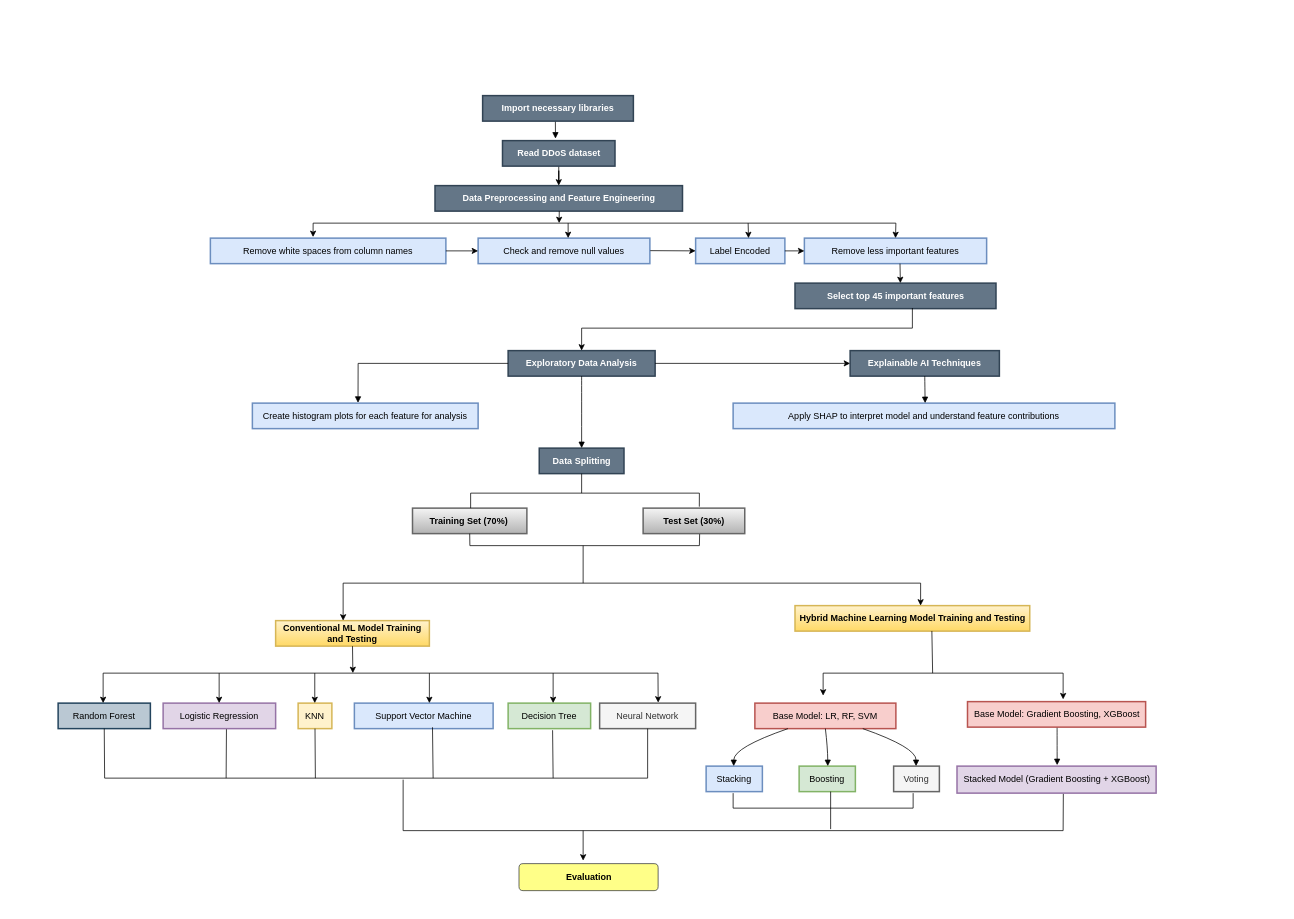
Earlier version of the draw.io diagram DDoS Attacks Detection using Hybrid ML Techniques/DDoS Attack Detection Implementation Flowchart.drawio (senanik360/Machine-Learning-). Source tidied: cells renumbered, new cells numbered last; positions are measured from the earlier drawing's top-left corner, leaving out a move shared by most shapes. Both pictures are drawn from the tidied source at 75%, with x=0, y=0 at pixel (13, 13).
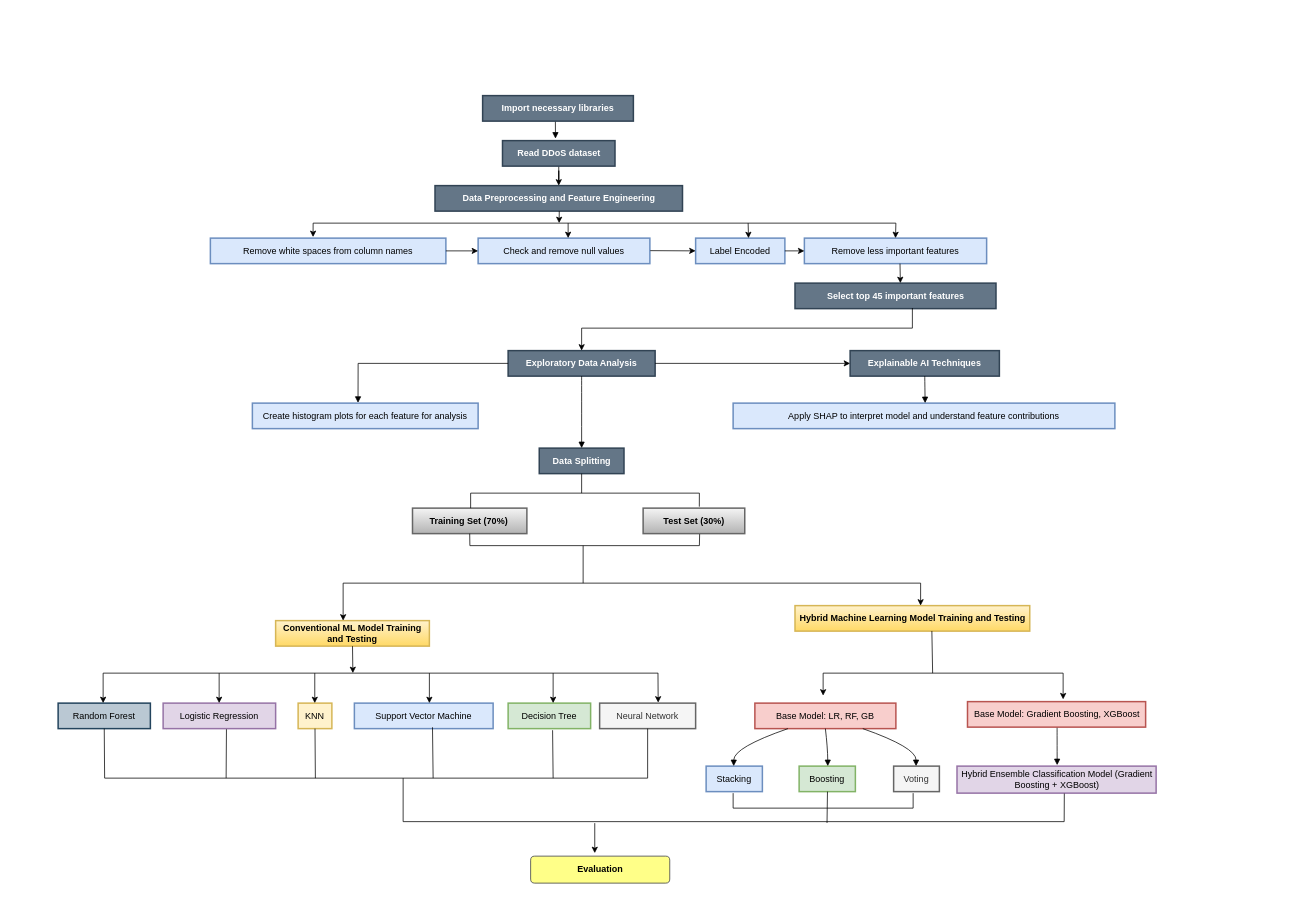
After the change.

Change to the diagram source:
```diff
@@
-    <mxCell id="22" value="Base Model: LR, RF, SVM" style="whiteSpace=wrap;strokeWidth=2;fillColor=#f8cecc;strokeColor=#b85450;" parent="1" vertex="1">
+    <mxCell id="22" value="Base Model: LR, RF, GB" style="whiteSpace=wrap;strokeWidth=2;fillColor=#f8cecc;strokeColor=#b85450;" parent="1" vertex="1">
       <mxGeometry x="989" y="920" width="188" height="34" as="geometry" />
     </mxCell>
@@
-    <mxCell id="27" value="Stacked Model (Gradient Boosting + XGBoost)" style="whiteSpace=wrap;strokeWidth=2;fillColor=#e1d5e7;strokeColor=#9673a6;" parent="1" vertex="1">
+    <mxCell id="27" value="Hybrid Ensemble Classification Model (Gradient Boosting + XGBoost)" style="whiteSpace=wrap;strokeWidth=2;fillColor=#e1d5e7;strokeColor=#9673a6;" parent="1" vertex="1">
       <mxGeometry x="1258.5" y="1004" width="265.5" height="36" as="geometry" />
     </mxCell>
@@
     <mxCell id="69" value="&lt;b&gt;Evaluation&lt;/b&gt;" style="rounded=1;whiteSpace=wrap;html=1;fillColor=#ffff88;strokeColor=#36393d;" parent="1" vertex="1">
-      <mxGeometry x="674.5" y="1134" width="185.5" height="36" as="geometry" />
+      <mxGeometry x="690" y="1124" width="185.5" height="36" as="geometry" />
     </mxCell>
-    <mxCell id="70" style="endArrow=none;html=1;rounded=0;entryX=0.534;entryY=1.03;entryDx=0;entryDy=0;entryPerimeter=0;" parent="1" edge="1" target="27">
+    <mxCell id="70" style="endArrow=none;html=1;rounded=0;entryX=0.539;entryY=1.014;entryDx=0;entryDy=0;entryPerimeter=0;" parent="1" edge="1">
       <mxGeometry relative="1" as="geometry">
-        <mxPoint x="520" y="1022" as="sourcePoint" />
+        <mxPoint x="520" y="1020" as="sourcePoint" />
+        <mxPoint x="1401.6" y="1040.5" as="targetPoint" />
         <Array as="points">
-          <mxPoint x="520" y="1090" />
-          <mxPoint x="1400" y="1090" />
+          <mxPoint x="520" y="1078" />
+          <mxPoint x="1401.4" y="1078" />
         </Array>
       </mxGeometry>
     </mxCell>
@@
-    <mxCell id="72" style="endArrow=none;html=1;rounded=0;" parent="1" edge="1">
-      <mxGeometry relative="1" as="geometry">
-        <mxPoint x="1090" y="1088" as="sourcePoint" />
-        <mxPoint x="1090" y="1038" as="targetPoint" />
-      </mxGeometry>
-    </mxCell>
@@
     <mxCell id="78" style="endArrow=classic;html=1;rounded=0;" parent="1" edge="1">
       <mxGeometry relative="1" as="geometry">
-        <mxPoint x="760" y="1090" as="sourcePoint" />
-        <mxPoint x="760" y="1130" as="targetPoint" />
+        <mxPoint x="775.5" y="1080" as="sourcePoint" />
+        <mxPoint x="775.5" y="1120" as="targetPoint" />
       </mxGeometry>
     </mxCell>
+    <mxCell id="79" style="endArrow=none;html=1;rounded=0;entryX=0.519;entryY=1.007;entryDx=0;entryDy=0;entryPerimeter=0;" parent="1" edge="1">
+      <mxGeometry relative="1" as="geometry">
+        <mxPoint x="1085.2" y="1079.8" as="sourcePoint" />
+        <mxPoint x="1085.8" y="1038" as="targetPoint" />
+      </mxGeometry>
+    </mxCell>
```
